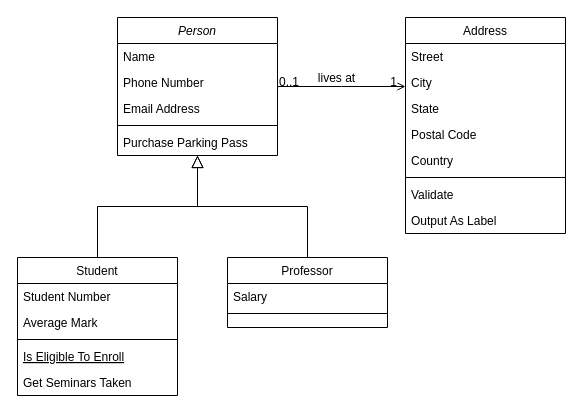
jilleatkins/codeclan_homework keeps this draw.io diagram as Untitled Diagram.drawio. Above is the earlier version. Source tidied: cells renumbered, new cells numbered last; positions are measured from the earlier drawing's top-left corner, leaving out a move shared by most shapes. Both pictures are drawn from the tidied source at 100%, with x=0, y=0 at pixel (17, 17).
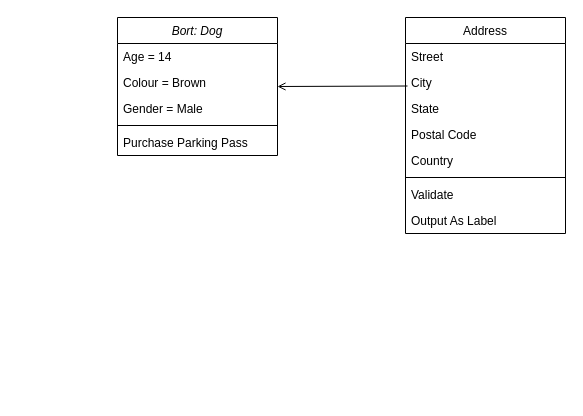
The same diagram, later.

The change refers to these unchanged cells:
```xml
<mxCell id="19" value="Address" style="swimlane;fontStyle=0;align=center;verticalAlign=top;horizontal=1;startSize=26;rounded=0;shadow=0;strokeWidth=1;" parent="1" vertex="1">
  <mxGeometry x="388" width="160" height="216" as="geometry" />
</mxCell>
```

Change to the diagram source:
```diff
@@
-    <mxCell id="2" value="Person" style="swimlane;fontStyle=2;align=center;verticalAlign=top;horizontal=1;startSize=26;rounded=0;shadow=0;strokeWidth=1;" parent="1" vertex="1">
+    <mxCell id="2" value="Bort: Dog" style="swimlane;fontStyle=2;align=center;verticalAlign=top;horizontal=1;startSize=26;rounded=0;shadow=0;strokeWidth=1;" parent="1" vertex="1">
       <mxGeometry x="100" width="160" height="138" as="geometry" />
     </mxCell>
-    <mxCell id="3" value="Name" style="text;align=left;verticalAlign=top;spacingLeft=4;spacingRight=4;overflow=hidden;" parent="2" vertex="1">
+    <mxCell id="3" value="Age = 14" style="text;align=left;verticalAlign=top;spacingLeft=4;spacingRight=4;overflow=hidden;" parent="2" vertex="1">
       <mxGeometry y="26" width="160" height="26" as="geometry" />
     </mxCell>
-    <mxCell id="4" value="Phone Number" style="text;align=left;verticalAlign=top;spacingLeft=4;spacingRight=4;overflow=hidden;rounded=0;shadow=0;html=0;" parent="2" vertex="1">
+    <mxCell id="4" value="Colour = Brown" style="text;align=left;verticalAlign=top;spacingLeft=4;spacingRight=4;overflow=hidden;rounded=0;shadow=0;html=0;" parent="2" vertex="1">
       <mxGeometry y="52" width="160" height="26" as="geometry" />
     </mxCell>
-    <mxCell id="5" value="Email Address" style="text;align=left;verticalAlign=top;spacingLeft=4;spacingRight=4;overflow=hidden;rounded=0;shadow=0;html=0;" parent="2" vertex="1">
+    <mxCell id="5" value="Gender = Male" style="text;align=left;verticalAlign=top;spacingLeft=4;spacingRight=4;overflow=hidden;rounded=0;shadow=0;html=0;" parent="2" vertex="1">
       <mxGeometry y="78" width="160" height="26" as="geometry" />
     </mxCell>
@@
-    <mxCell id="8" value="Student" style="swimlane;fontStyle=0;align=center;verticalAlign=top;horizontal=1;startSize=26;rounded=0;shadow=0;strokeWidth=1;" parent="1" vertex="1">
-      <mxGeometry y="240" width="160" height="138" as="geometry" />
-    </mxCell>
-    <mxCell id="9" value="Student Number" style="text;align=left;verticalAlign=top;spacingLeft=4;spacingRight=4;overflow=hidden;" parent="8" vertex="1">
-      <mxGeometry y="26" width="160" height="26" as="geometry" />
-    </mxCell>
-    <mxCell id="10" value="Average Mark" style="text;align=left;verticalAlign=top;spacingLeft=4;spacingRight=4;overflow=hidden;rounded=0;shadow=0;html=0;" parent="8" vertex="1">
-      <mxGeometry y="52" width="160" height="26" as="geometry" />
-    </mxCell>
-    <mxCell id="11" style="line;html=1;strokeWidth=1;align=left;verticalAlign=middle;spacingTop=-1;spacingLeft=3;spacingRight=3;labelPosition=right;" parent="8" vertex="1">
-      <mxGeometry y="78" width="160" height="8" as="geometry" />
-    </mxCell>
-    <mxCell id="12" value="Is Eligible To Enroll" style="text;align=left;verticalAlign=top;spacingLeft=4;spacingRight=4;overflow=hidden;fontStyle=4;" parent="8" vertex="1">
-      <mxGeometry y="86" width="160" height="26" as="geometry" />
-    </mxCell>
-    <mxCell id="13" value="Get Seminars Taken" style="text;align=left;verticalAlign=top;spacingLeft=4;spacingRight=4;overflow=hidden;" parent="8" vertex="1">
-      <mxGeometry y="112" width="160" height="26" as="geometry" />
-    </mxCell>
-    <mxCell id="14" style="endArrow=block;endSize=10;endFill=0;shadow=0;strokeWidth=1;rounded=0;edgeStyle=elbowEdgeStyle;elbow=vertical;" parent="1" edge="1" source="8" target="2">
-      <mxGeometry relative="1" as="geometry" />
-    </mxCell>
-    <mxCell id="15" value="Professor" style="swimlane;fontStyle=0;align=center;verticalAlign=top;horizontal=1;startSize=26;rounded=0;shadow=0;strokeWidth=1;" parent="1" vertex="1">
-      <mxGeometry x="210" y="240" width="160" height="70" as="geometry" />
-    </mxCell>
-    <mxCell id="16" value="Salary" style="text;align=left;verticalAlign=top;spacingLeft=4;spacingRight=4;overflow=hidden;" parent="15" vertex="1">
-      <mxGeometry y="26" width="160" height="26" as="geometry" />
-    </mxCell>
-    <mxCell id="17" style="line;html=1;strokeWidth=1;align=left;verticalAlign=middle;spacingTop=-1;spacingLeft=3;spacingRight=3;labelPosition=right;" parent="15" vertex="1">
-      <mxGeometry y="52" width="160" height="8" as="geometry" />
-    </mxCell>
-    <mxCell id="18" style="endArrow=block;endSize=10;endFill=0;shadow=0;strokeWidth=1;rounded=0;edgeStyle=elbowEdgeStyle;elbow=vertical;" parent="1" edge="1" source="15" target="2">
-      <mxGeometry relative="1" as="geometry" />
-    </mxCell>
@@
-    <mxCell id="28" style="endArrow=open;shadow=0;strokeWidth=1;rounded=0;endFill=1;edgeStyle=elbowEdgeStyle;elbow=vertical;" parent="1" edge="1" source="2" target="19">
+    <mxCell id="28" style="endArrow=open;shadow=0;strokeWidth=1;rounded=0;endFill=1;edgeStyle=elbowEdgeStyle;elbow=vertical;" parent="1" edge="1">
       <mxGeometry x="0.5" y="41" relative="1" as="geometry">
+        <mxPoint x="390" y="68.5" as="sourcePoint" />
+        <mxPoint x="260" y="68.5" as="targetPoint" />
         <mxPoint x="-40" y="32" as="offset" />
       </mxGeometry>
     </mxCell>
-    <mxCell id="29" value="0..1" style="align=left;verticalAlign=bottom;labelBackgroundColor=none;fontSize=12;" parent="28" vertex="1">
-      <mxGeometry x="-1" relative="1" as="geometry">
-        <mxPoint y="4" as="offset" />
-      </mxGeometry>
-    </mxCell>
-    <mxCell id="30" value="1" style="align=right;verticalAlign=bottom;labelBackgroundColor=none;fontSize=12;" parent="28" vertex="1">
-      <mxGeometry x="1" relative="1" as="geometry">
-        <mxPoint x="-7" y="4" as="offset" />
-      </mxGeometry>
-    </mxCell>
-    <mxCell id="31" value="lives at" style="text;html=1;align=center;verticalAlign=middle;labelBackgroundColor=none;rounded=0;shadow=0;strokeWidth=1;fontSize=12;" parent="28" vertex="1">
-      <mxGeometry x="0.5" y="49" relative="1" as="geometry">
-        <mxPoint x="-38" y="40" as="offset" />
-      </mxGeometry>
-    </mxCell>
```
